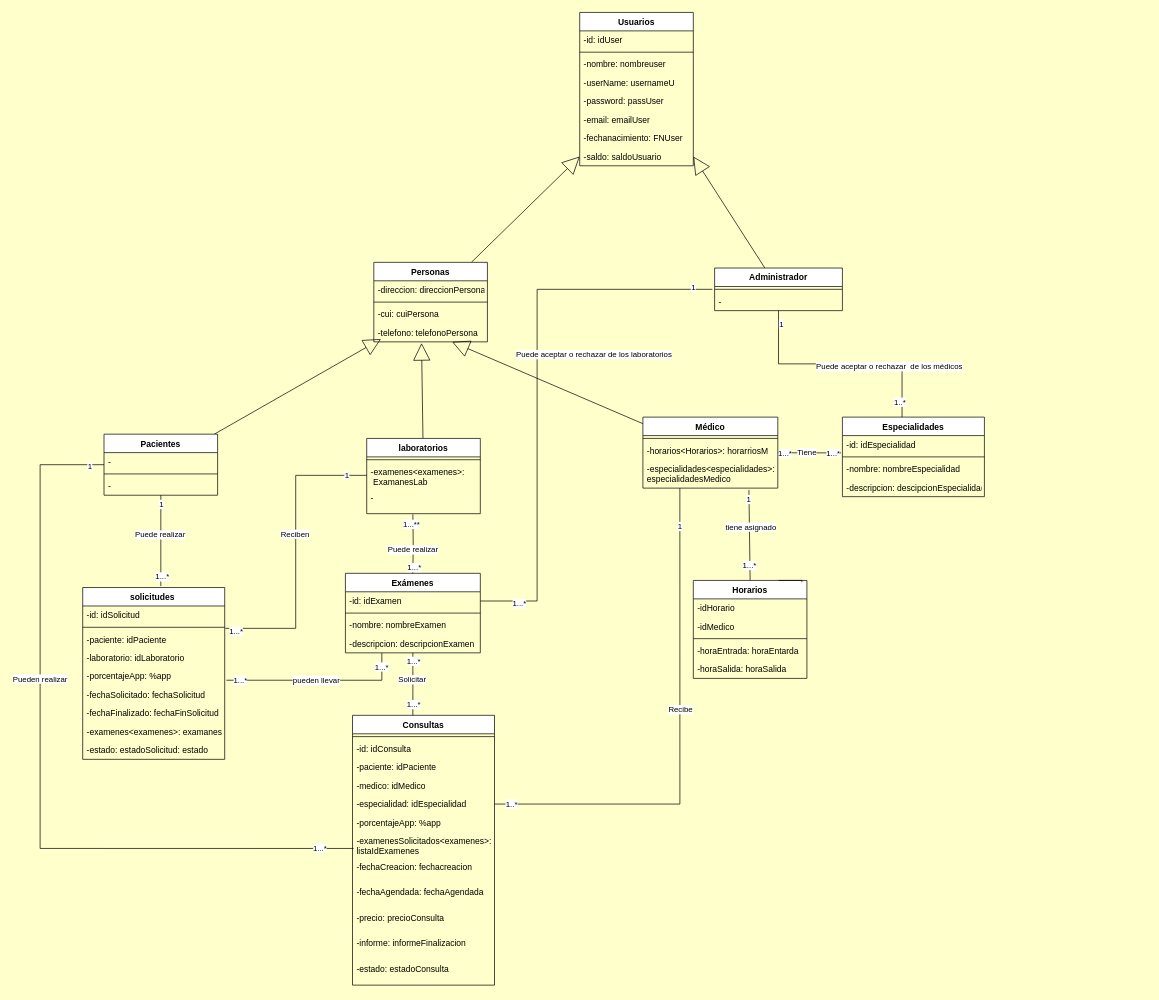
Above: Fase 1/archivos editables/Diagrama conceptual.drawio in EilerGomez/Proyecto2_ipc2_2023 (draw.io), before the change. Source tidied: cells renumbered, new cells numbered last; positions are measured from the earlier drawing's top-left corner, leaving out a move shared by most shapes. Both pictures are drawn from the tidied source at 71%, with x=0, y=0 at pixel (40, 12).
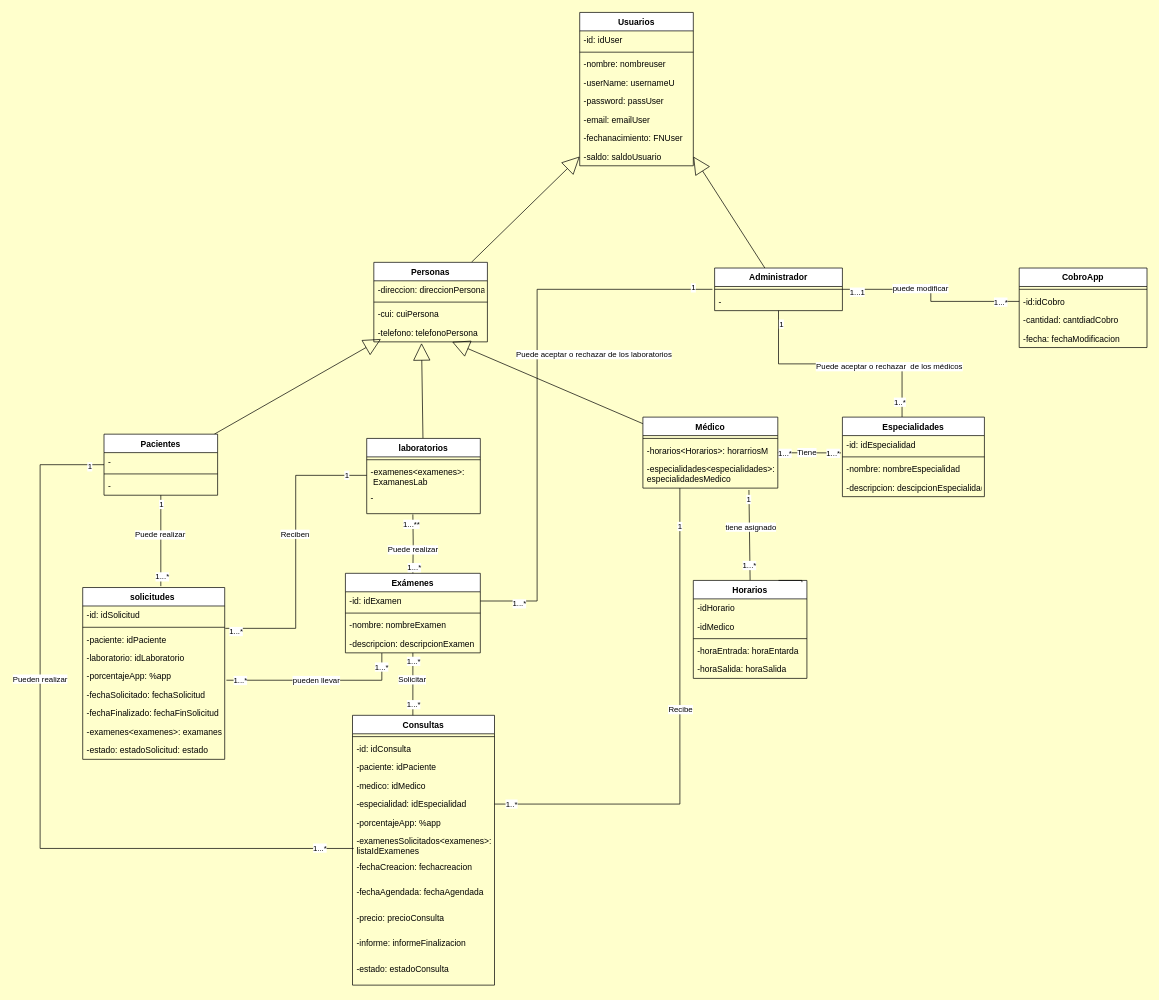
The same page after the edit.

Commit message (it also covers changes not shown here):
edite diagrama de secuencia sistema, casos de uso expandidos, diagrama conceptual; y converti todos los diagramas en pdf listo para la entrega

Unchanged cells that the change refers to:
```xml
<mxCell id="11" value="Administrador" style="swimlane;fontStyle=1;align=center;verticalAlign=top;horizontal=1;startSize=26;" parent="1" vertex="1">
  <mxGeometry x="950" y="360" width="180" height="60" as="geometry" />
</mxCell>
```

The edit, as a diff of the source:
```diff
@@
+    <mxCell id="120" style="edgeStyle=orthogonalEdgeStyle;rounded=0;jettySize=auto;html=1;endArrow=none;endFill=0;" parent="1" edge="1" source="11" target="126">
+      <mxGeometry relative="1" as="geometry" />
+    </mxCell>
+    <mxCell id="121" value="1...1" style="edgeLabel;html=1;align=center;verticalAlign=middle;" parent="120" vertex="1">
+      <mxGeometry x="-0.85" y="-3" relative="1" as="geometry" />
+    </mxCell>
+    <mxCell id="122" value="1...*" style="edgeLabel;html=1;align=center;verticalAlign=middle;" parent="120" vertex="1">
+      <mxGeometry x="0.8" relative="1" as="geometry" />
+    </mxCell>
+    <mxCell id="123" value="puede modificar" style="edgeLabel;html=1;align=center;verticalAlign=middle;" parent="120" vertex="1">
+      <mxGeometry x="-0.18" y="2" relative="1" as="geometry" />
+    </mxCell>
@@
+    <mxCell id="124" value="CobroApp" style="swimlane;fontStyle=1;align=center;verticalAlign=top;horizontal=1;startSize=26;" parent="1" vertex="1">
+      <mxGeometry x="1379" y="360" width="180" height="112" as="geometry" />
+    </mxCell>
+    <mxCell id="125" style="line;strokeWidth=1;fillColor=none;align=left;verticalAlign=middle;spacingTop=-1;spacingLeft=3;spacingRight=3;labelPosition=right;" parent="124" vertex="1">
+      <mxGeometry y="26" width="180" height="8" as="geometry" />
+    </mxCell>
+    <mxCell id="126" value="-id:idCobro" style="text;strokeColor=none;fillColor=none;align=left;verticalAlign=top;spacingLeft=4;spacingRight=4;overflow=hidden;points=[[0,0.5],[1,0.5]];portConstraint=eastwest;" parent="124" vertex="1">
+      <mxGeometry y="34" width="180" height="26" as="geometry" />
+    </mxCell>
+    <mxCell id="127" value="-cantidad: cantdiadCobro" style="text;strokeColor=none;fillColor=none;align=left;verticalAlign=top;spacingLeft=4;spacingRight=4;overflow=hidden;" parent="124" vertex="1">
+      <mxGeometry y="60" width="180" height="26" as="geometry" />
+    </mxCell>
+    <mxCell id="128" value="-fecha: fechaModificacion" style="text;strokeColor=none;fillColor=none;align=left;verticalAlign=top;spacingLeft=4;spacingRight=4;overflow=hidden;" parent="124" vertex="1">
+      <mxGeometry y="86" width="180" height="26" as="geometry" />
+    </mxCell>
```
